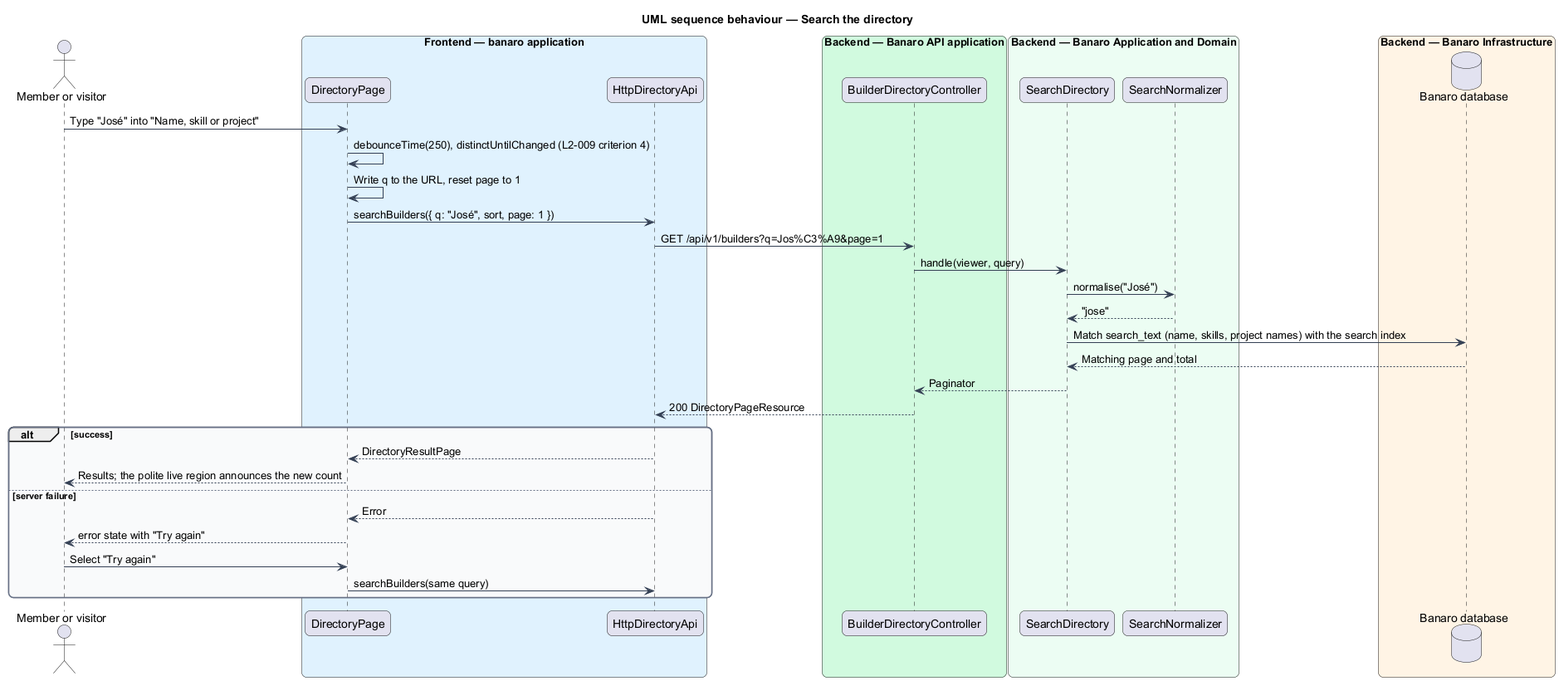
Earlier version of the PlantUML export docs/detailed-designs/directory/browse-directory/diagrams/sequence-search.png (QuinntyneBrown/banaro). Its diagram source:
```plantuml
@startuml
title UML sequence behaviour — Search the directory
skinparam backgroundColor #FFFFFF
skinparam shadowing false
skinparam roundcorner 12
skinparam defaultFontName Arial
skinparam ArrowColor #344054
skinparam rectangle {
  BorderColor #344054
  FontColor #101828
}
skinparam package {
  BorderColor #667085
  FontColor #101828
  BackgroundColor #F9FAFB
}
actor "Member or visitor" as actor
box "Frontend — banaro application" #E0F2FE
  participant "DirectoryPage" as page
  participant "HttpDirectoryApi" as client
end box
box "Backend — Banaro API application" #D1FADF
  participant "BuilderDirectoryController" as controller
end box
box "Backend — Banaro Application and Domain" #ECFDF3
  participant "SearchDirectory" as action
  participant "SearchNormalizer" as normalizer
end box
box "Backend — Banaro Infrastructure" #FFF4E5
  database "Banaro database" as db
end box

actor -> page : Type "José" into "Name, skill or project"
page -> page : debounceTime(250), distinctUntilChanged (L2-009 criterion 4)
page -> page : Write q to the URL, reset page to 1
page -> client : searchBuilders({ q: "José", sort, page: 1 })
client -> controller : GET /api/v1/builders?q=Jos%C3%A9&page=1
controller -> action : handle(viewer, query)
action -> normalizer : normalise("José")
normalizer --> action : "jose"
action -> db : Match search_text (name, skills, project names) with the search index
db --> action : Matching page and total
action --> controller : Paginator
controller --> client : 200 DirectoryPageResource
alt success
  client --> page : DirectoryResultPage
  page --> actor : Results; the polite live region announces the new count
else server failure
  client --> page : Error
  page --> actor : error state with "Try again"
  actor -> page : Select "Try again"
  page -> client : searchBuilders(same query)
end
@enduml
```
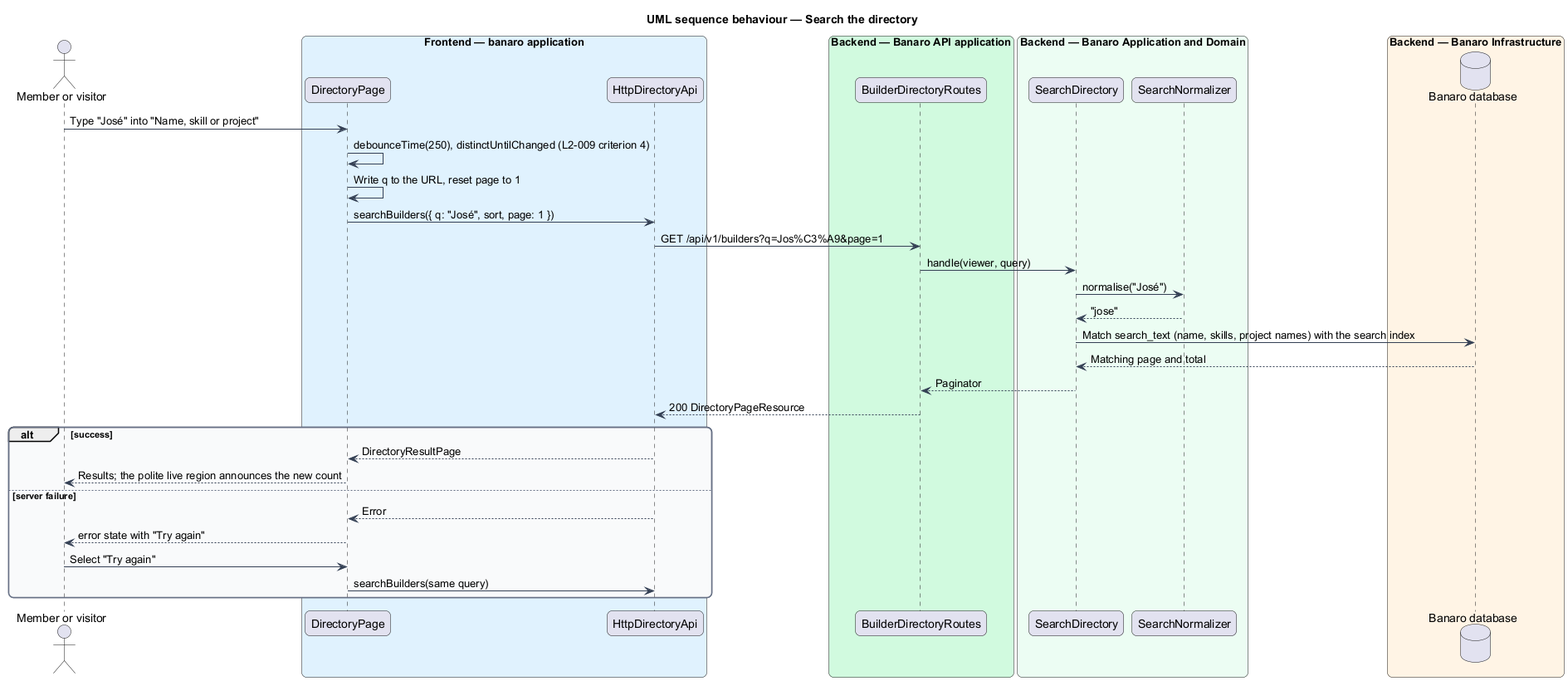
Later version of the same file.

What changed in the source:
```diff
@@ -20,7 +20,7 @@
   participant "HttpDirectoryApi" as client
 end box
 box "Backend — Banaro API application" #D1FADF
-  participant "BuilderDirectoryController" as controller
+  participant "BuilderDirectoryRoutes" as controller
 end box
 box "Backend — Banaro Application and Domain" #ECFDF3
   participant "SearchDirectory" as action
```
